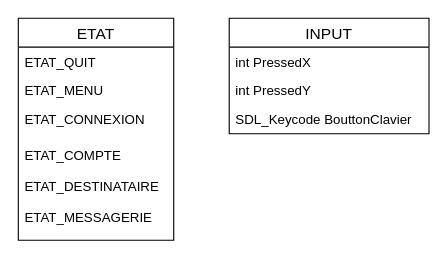
The draw.io diagram page "Page-2" (3 of 3) of AffichageBottle.drawio in lucasmaisonnave/BottleV2, before the edit. Source tidied: cells renumbered, new cells numbered last; positions are measured from the earlier drawing's top-left corner, leaving out a move shared by most shapes. Both pictures are drawn from the tidied source at 111%, with x=0, y=0 at pixel (18, 18).
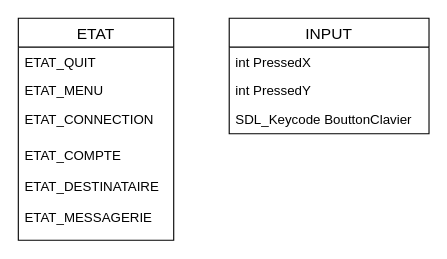
The same page after the edit.

The edit, as a diff of the source:
```diff
@@
 <mxGraphModel>
   <root>
     <mxCell id="0" />
     <mxCell id="1" parent="0" />
     <mxCell id="2" value="ETAT" style="swimlane;fontStyle=0;horizontal=1;startSize=26;align=center;fontSize=14;fillColor=#ffffff;gradientColor=none;" parent="1" vertex="1">
       <mxGeometry width="140" height="200" as="geometry" />
     </mxCell>
     <mxCell id="3" value="ETAT_QUIT" style="text;strokeColor=none;fillColor=none;spacingLeft=4;spacingRight=4;overflow=hidden;fontSize=12;" parent="2" vertex="1">
       <mxGeometry y="26" width="140" height="26" as="geometry" />
     </mxCell>
     <mxCell id="4" value="ETAT_MENU" style="text;strokeColor=none;fillColor=none;spacingLeft=4;spacingRight=4;overflow=hidden;fontSize=12;" parent="2" vertex="1">
       <mxGeometry y="52" width="140" height="26" as="geometry" />
     </mxCell>
-    <mxCell id="5" value="ETAT_CONNEXION&#10;" style="text;strokeColor=none;fillColor=none;spacingLeft=4;spacingRight=4;overflow=hidden;fontSize=12;" parent="2" vertex="1">
+    <mxCell id="5" value="ETAT_CONNECTION&#10;" style="text;strokeColor=none;fillColor=none;spacingLeft=4;spacingRight=4;overflow=hidden;fontSize=12;" parent="2" vertex="1">
       <mxGeometry y="78" width="140" height="32" as="geometry" />
     </mxCell>
     <mxCell id="6" style="group;" parent="2" vertex="1">
       <mxGeometry y="110" width="140" height="90" as="geometry" />
     </mxCell>
     <mxCell id="7" value="ETAT_COMPTE&#10;&#10;ETAT_DESTINATAIRE&#10;&#10;ETAT_MESSAGERIE&#10;" style="text;strokeColor=none;fillColor=none;spacingLeft=4;spacingRight=4;overflow=hidden;fontSize=12;" parent="6" vertex="1">
       <mxGeometry width="160" height="90" as="geometry" />
     </mxCell>
     <mxCell id="8" value="INPUT" style="swimlane;fontStyle=0;horizontal=1;startSize=26;align=center;fontSize=14;fillColor=none;gradientColor=none;" parent="1" vertex="1">
       <mxGeometry x="190" width="180" height="104" as="geometry" />
     </mxCell>
     <mxCell id="9" value="int PressedX" style="text;strokeColor=none;fillColor=none;spacingLeft=4;spacingRight=4;overflow=hidden;fontSize=12;" parent="8" vertex="1">
       <mxGeometry y="26" width="180" height="26" as="geometry" />
     </mxCell>
     <mxCell id="10" value="int PressedY" style="text;strokeColor=none;fillColor=none;spacingLeft=4;spacingRight=4;overflow=hidden;fontSize=12;" parent="8" vertex="1">
       <mxGeometry y="52" width="180" height="26" as="geometry" />
     </mxCell>
     <mxCell id="11" value="SDL_Keycode BouttonClavier" style="text;strokeColor=none;fillColor=none;spacingLeft=4;spacingRight=4;overflow=hidden;fontSize=12;" parent="8" vertex="1">
       <mxGeometry y="78" width="180" height="26" as="geometry" />
     </mxCell>
   </root>
 </mxGraphModel>
```
